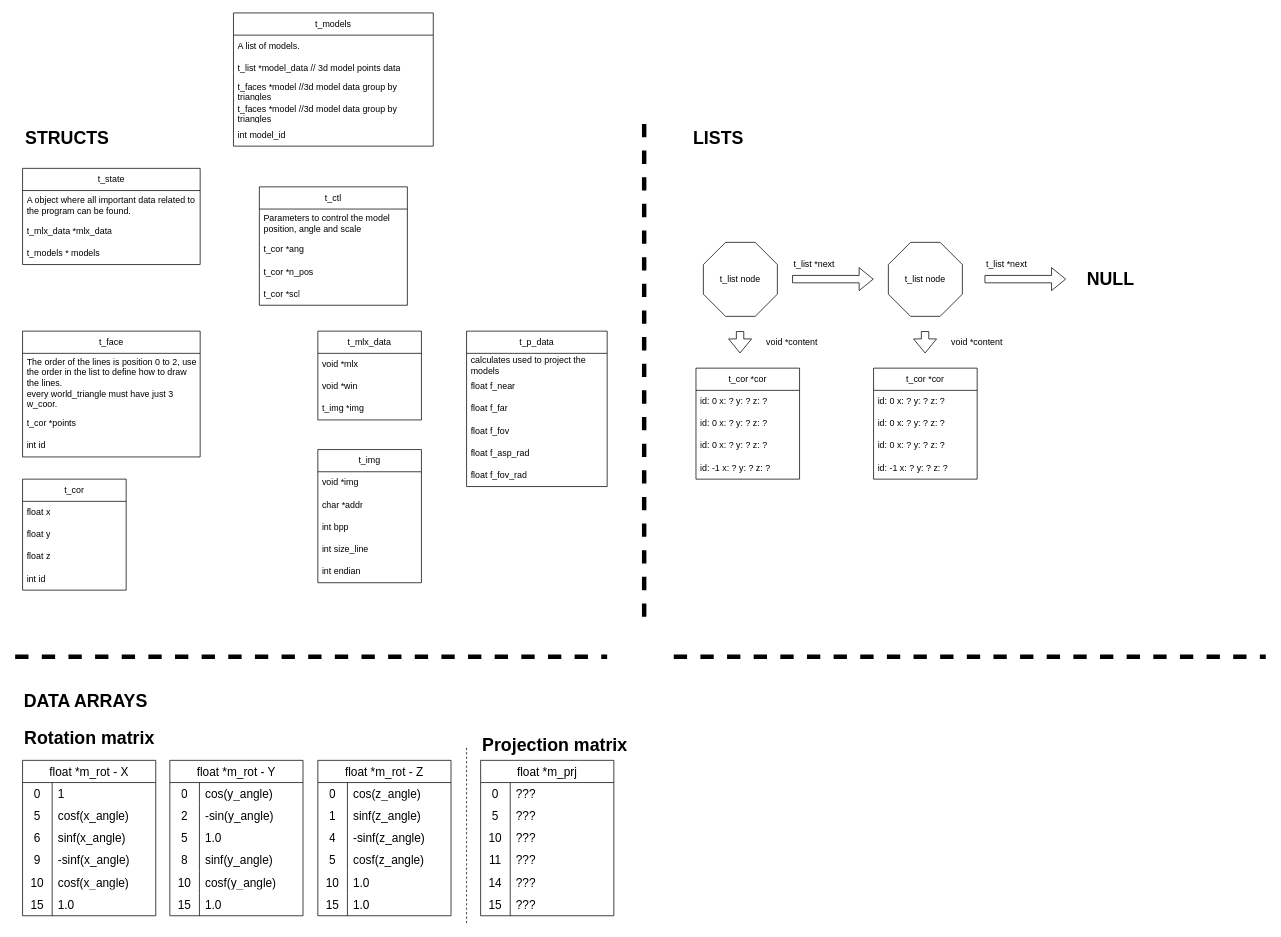
nythocampos/42_code keeps this draw.io diagram as page "data layer" (2 of 4) of Untitled Diagram.drawio. Above is the earlier version. Source tidied: cells renumbered, new cells numbered last; positions are measured from the earlier drawing's top-left corner, leaving out a move shared by most shapes. Both pictures are drawn from the tidied source at 74%, with x=0, y=0 at pixel (15, 13).
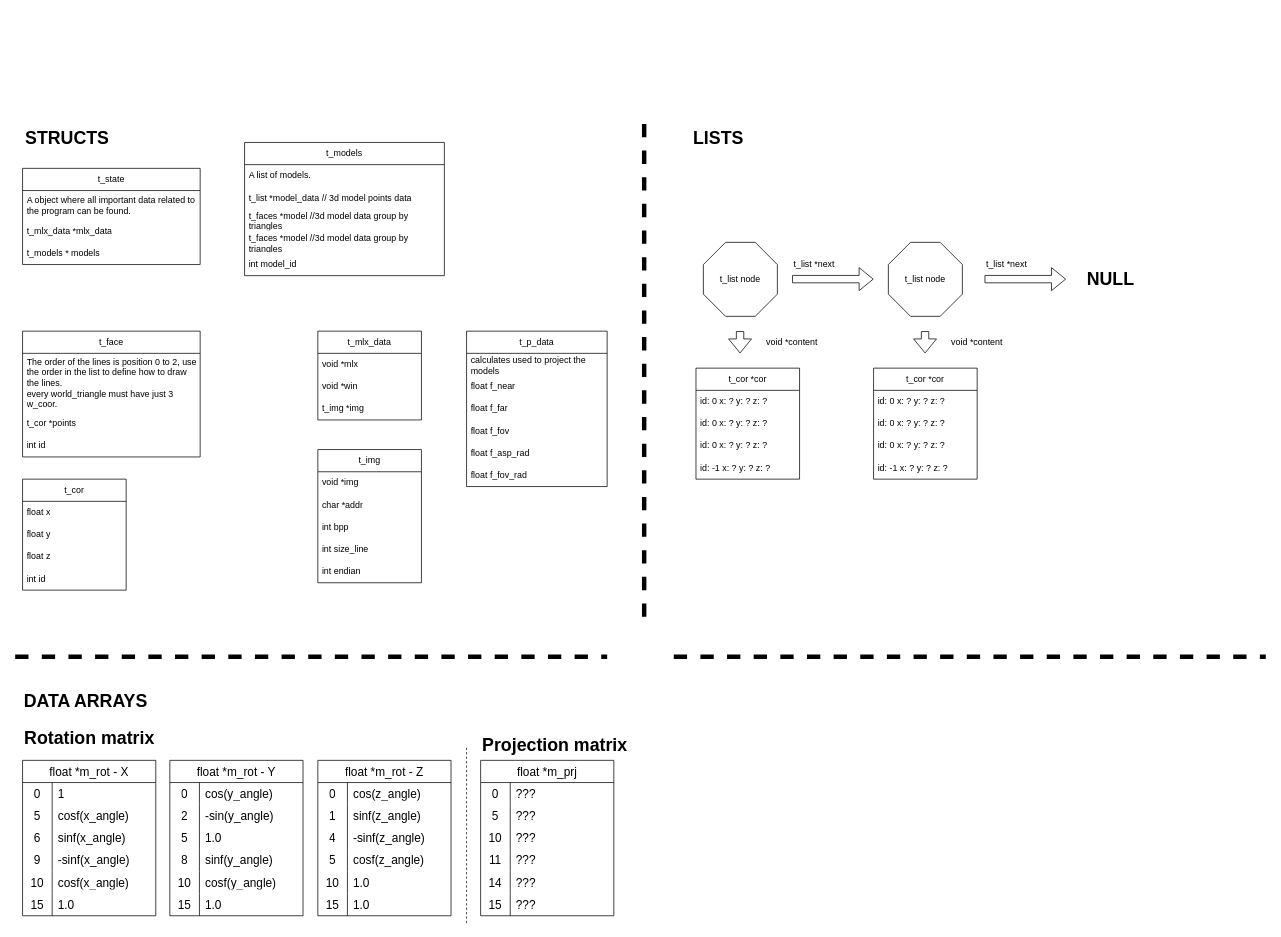
Above is the later version.

Change to the diagram source:
```diff
@@
-    <mxCell id="138" value="t_ctl" style="swimlane;fontStyle=0;horizontal=1;startSize=30;whiteSpace=wrap;html=1;" parent="1" vertex="1">
-      <mxGeometry x="330" y="235" width="200" height="160" as="geometry" />
-    </mxCell>
-    <mxCell id="139" value="Parameters to control the model position, angle and scale" style="text;strokeColor=none;fillColor=none;align=left;verticalAlign=middle;spacingLeft=4;spacingRight=4;overflow=hidden;whiteSpace=wrap;html=1;" parent="138" vertex="1">
-      <mxGeometry y="30" width="200" height="40" as="geometry" />
-    </mxCell>
-    <mxCell id="140" value="t_cor *ang" style="text;strokeColor=none;fillColor=none;align=left;verticalAlign=middle;spacingLeft=4;spacingRight=4;overflow=hidden;whiteSpace=wrap;html=1;" parent="138" vertex="1">
-      <mxGeometry y="70" width="200" height="30" as="geometry" />
-    </mxCell>
-    <mxCell id="141" value="t_cor *n_pos" style="text;strokeColor=none;fillColor=none;align=left;verticalAlign=middle;spacingLeft=4;spacingRight=4;overflow=hidden;whiteSpace=wrap;html=1;" parent="138" vertex="1">
-      <mxGeometry y="100" width="200" height="30" as="geometry" />
-    </mxCell>
-    <mxCell id="142" value="t_cor *scl" style="text;strokeColor=none;fillColor=none;align=left;verticalAlign=middle;spacingLeft=4;spacingRight=4;overflow=hidden;whiteSpace=wrap;html=1;" parent="138" vertex="1">
-      <mxGeometry y="130" width="200" height="30" as="geometry" />
-    </mxCell>
     <mxCell id="143" value="t_models" style="swimlane;fontStyle=0;horizontal=1;startSize=30;whiteSpace=wrap;html=1;" parent="1" vertex="1">
-      <mxGeometry x="295" width="270" height="180" as="geometry" />
+      <mxGeometry x="310" y="175" width="270" height="180" as="geometry" />
     </mxCell>
```
